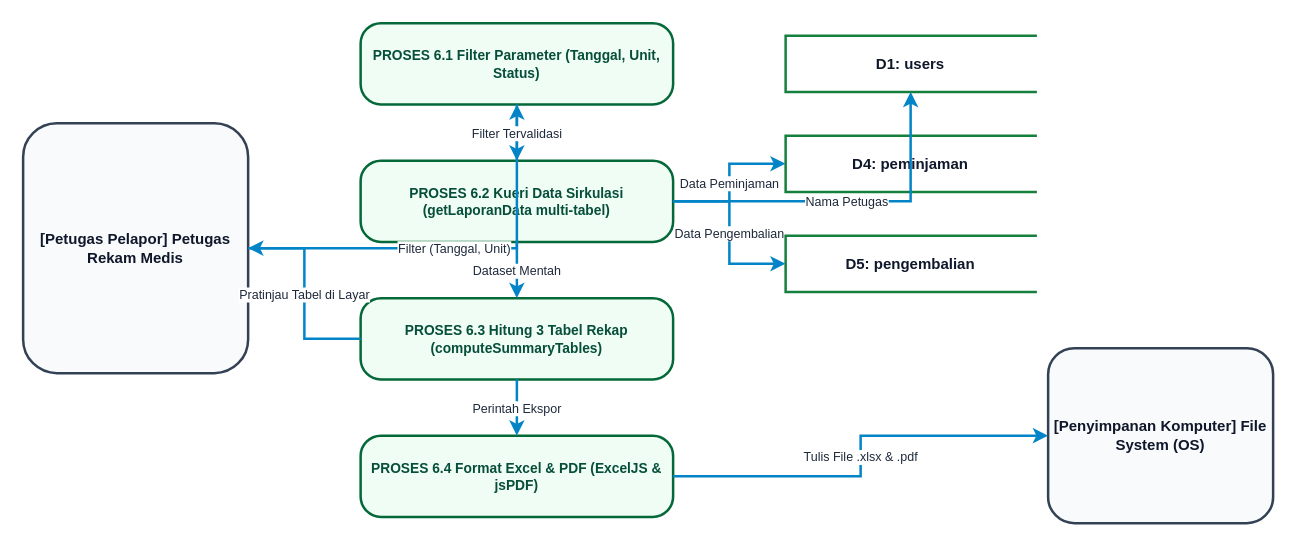
Earlier version of the draw.io diagram docs/dokumentasi-project/assets/diagram-final/DFD/detail/DFD_Laporan.drawio (ghozahimma65/peminjaman-rm). Source tidied: cells renumbered, new cells numbered last; positions are measured from the earlier drawing's top-left corner, leaving out a move shared by most shapes. Both pictures are drawn from the tidied source at 125%, with x=0, y=0 at pixel (22, 22).
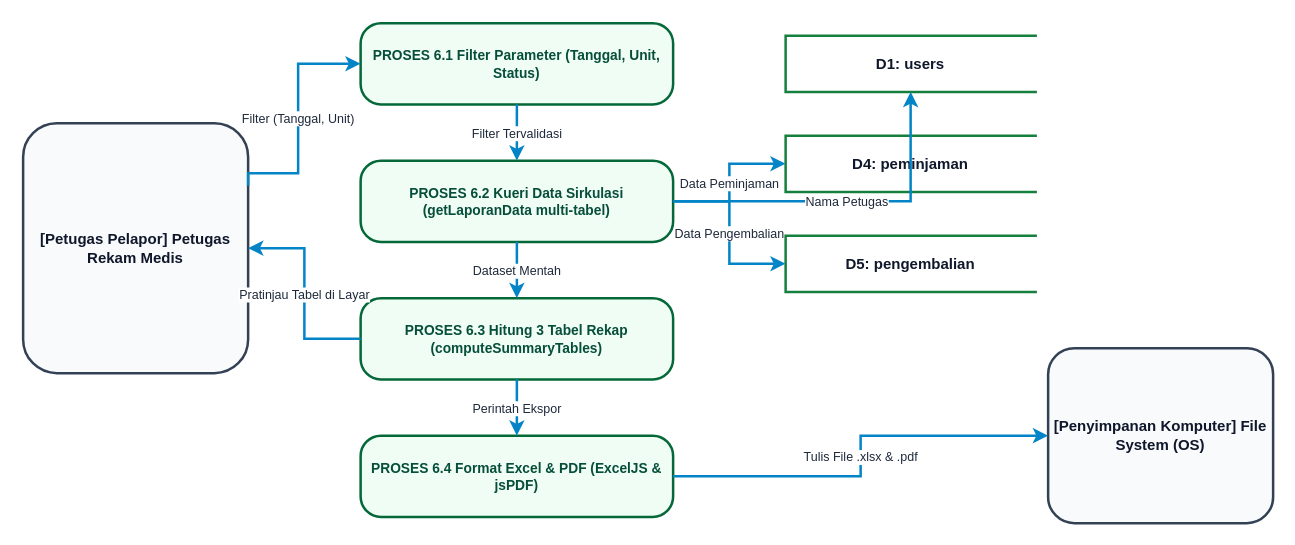
The same diagram, later.

The change refers to these unchanged cells:
```xml
<mxCell id="2" value="[Petugas Pelapor] Petugas Rekam Medis" style="rounded=1;whiteSpace=wrap;html=1;fillColor=#f8fafc;strokeColor=#334155;strokeWidth=2;fontStyle=1;fontSize=12;fontColor=#0f172a;align=center;" parent="1" vertex="1">
  <mxGeometry y="80" width="180" height="200" as="geometry" />
</mxCell>
<mxCell id="4" value="PROSES 6.1  Filter Parameter (Tanggal, Unit, Status)" style="rounded=1;arcSize=25;whiteSpace=wrap;html=1;fillColor=#f0fdf4;strokeColor=#056839;strokeWidth=2;fontStyle=1;fontSize=11;fontColor=#064e3b;align=center;" parent="1" vertex="1">
  <mxGeometry x="270" width="250" height="65" as="geometry" />
</mxCell>
```

What changed in the source:
```diff
@@
-    <mxCell id="11" value="Filter (Tanggal, Unit)" style="edgeStyle=orthogonalEdgeStyle;rounded=0;jettySize=auto;html=1;strokeColor=#0284c7;strokeWidth=2;fontSize=10;fontColor=#1e293b;" parent="1" edge="1" source="2" target="4">
-      <mxGeometry relative="1" as="geometry" />
+    <mxCell id="11" value="Filter (Tanggal, Unit)" style="edgeStyle=orthogonalEdgeStyle;rounded=0;jettySize=auto;html=1;exitX=1;exitY=0.25;exitDx=0;exitDy=0;entryX=0;entryY=0.5;entryDx=0;entryDy=0;strokeColor=#0284c7;strokeWidth=2;fontSize=10;fontColor=#1e293b;" parent="1" edge="1" source="2" target="4">
+      <mxGeometry relative="1" as="geometry">
+        <Array as="points">
+          <mxPoint x="220" y="120" />
+          <mxPoint x="220" y="32" />
+        </Array>
+      </mxGeometry>
     </mxCell>
```
